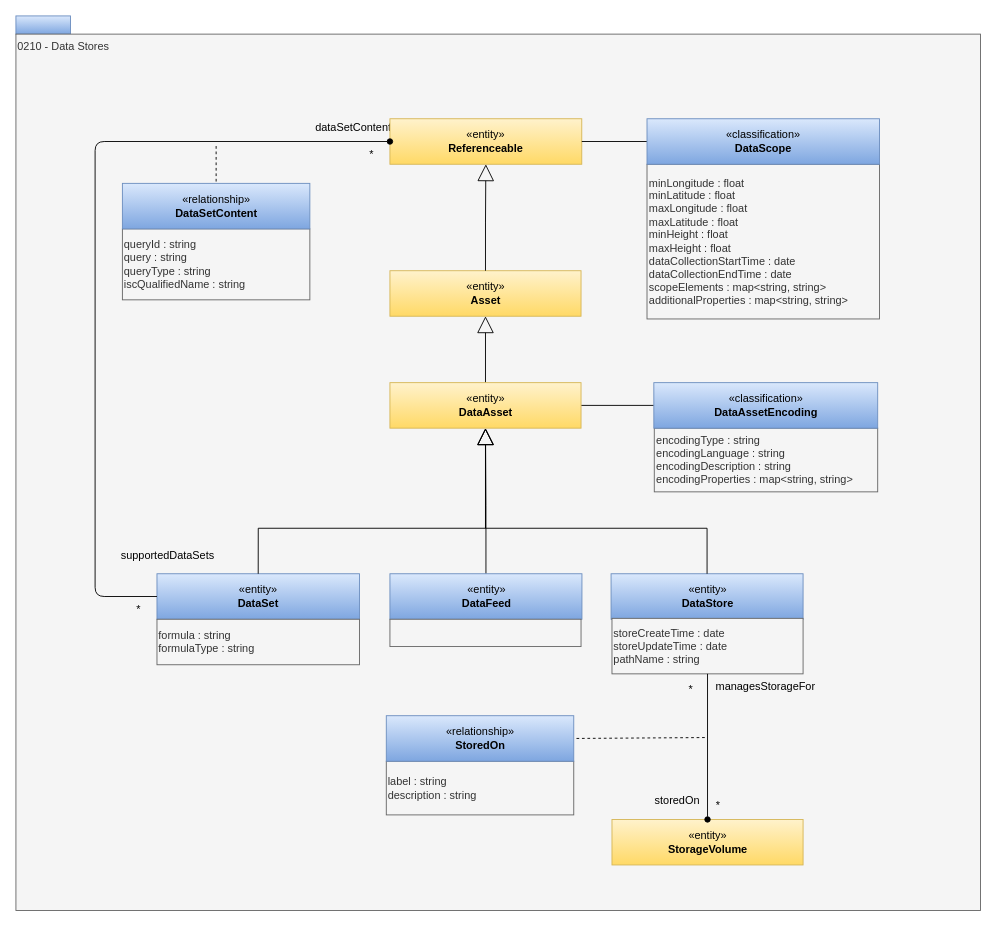
Before: page "0210-Data-Stores" (4 of 26) of site/docs/types/2/area-2-assets.drawio in odpi/egeria-docs, a draw.io diagram. Source tidied: cells renumbered, new cells numbered last; positions are measured from the earlier drawing's top-left corner, leaving out a move shared by most shapes. Both pictures are drawn from the tidied source at 91%, with x=0, y=0 at pixel (15, 15).
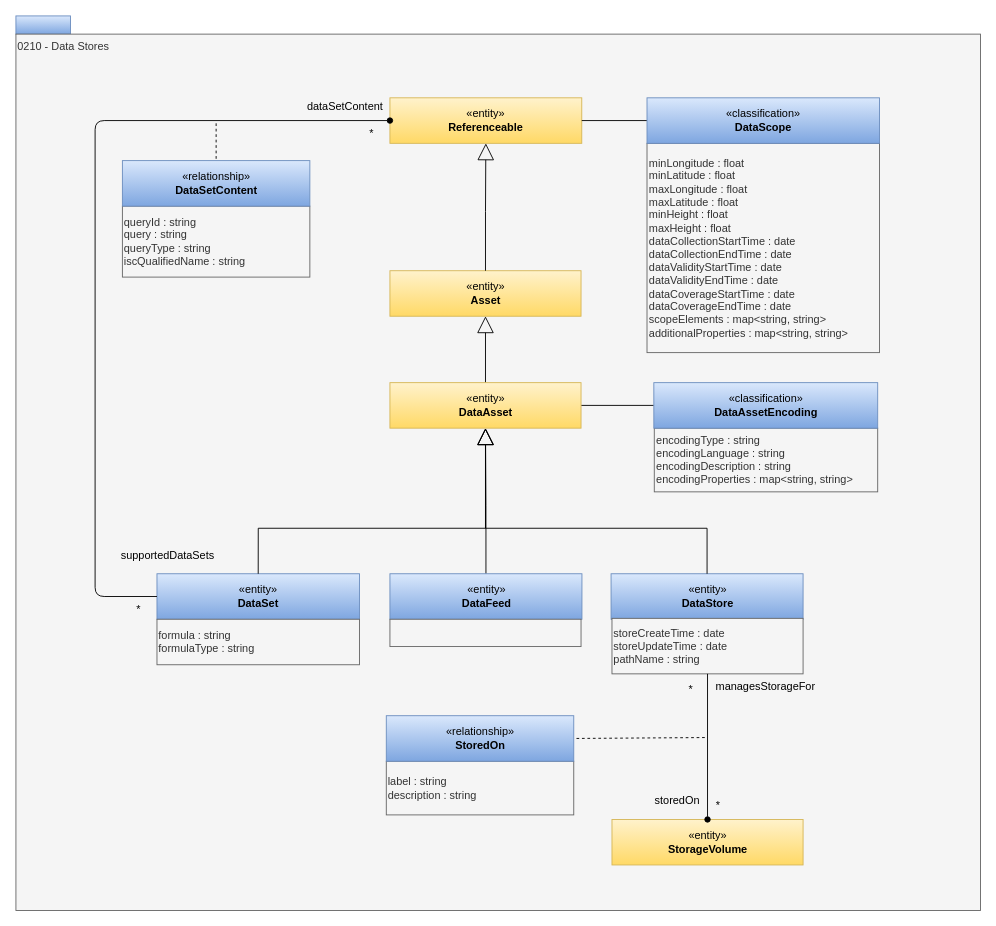
After the change.

Unchanged cells that the change refers to:
```xml
<mxCell id="23" value="«entity»&lt;br&gt;&lt;b&gt;DataSet&lt;/b&gt;" style="html=1;strokeColor=#6c8ebf;align=center;fillColor=#dae8fc;gradientColor=#7ea6e0;" parent="1" vertex="1">
  <mxGeometry x="155" y="613" width="222.5" height="50" as="geometry" />
</mxCell>
```

Change to the diagram source:
```diff
@@
     <mxCell id="8" value="*" style="text;html=1;strokeColor=none;fillColor=none;align=center;verticalAlign=middle;whiteSpace=wrap;rounded=0;" parent="1" vertex="1">
-      <mxGeometry x="371" y="143" width="40" height="20" as="geometry" />
+      <mxGeometry x="371" y="120" width="40" height="20" as="geometry" />
     </mxCell>
     <mxCell id="9" value="dataSetContent" style="text;html=1;strokeColor=none;fillColor=none;align=center;verticalAlign=middle;whiteSpace=wrap;rounded=0;" parent="1" vertex="1">
-      <mxGeometry x="331" y="113" width="80" height="20" as="geometry" />
+      <mxGeometry x="322" y="90" width="80" height="20" as="geometry" />
     </mxCell>
@@
     <mxCell id="12" style="endArrow=none;dashed=1;html=1;entryX=0.5;entryY=0;entryDx=0;entryDy=0;" parent="1" edge="1" target="14">
       <mxGeometry relative="1" as="geometry">
-        <mxPoint x="220" y="143" as="sourcePoint" />
+        <mxPoint x="220" y="118" as="sourcePoint" />
       </mxGeometry>
     </mxCell>
     <mxCell id="13" value="queryId : string&lt;br&gt;query : string&lt;div&gt;queryType : string&lt;/div&gt;&lt;div&gt;iscQualifiedName : string&lt;/div&gt;" style="rounded=0;whiteSpace=wrap;html=1;strokeColor=#666666;align=left;fillColor=#f5f5f5;fontColor=#333333;" parent="1" vertex="1">
-      <mxGeometry x="117" y="234" width="206" height="78" as="geometry" />
+      <mxGeometry x="117" y="209" width="206" height="78" as="geometry" />
     </mxCell>
     <mxCell id="14" value="«relationship»&lt;br&gt;&lt;b&gt;DataSetContent&lt;/b&gt;" style="html=1;strokeColor=#6c8ebf;align=center;fillColor=#dae8fc;gradientColor=#7ea6e0;" parent="1" vertex="1">
-      <mxGeometry x="117" y="184" width="206" height="50" as="geometry" />
+      <mxGeometry x="117" y="159" width="206" height="50" as="geometry" />
     </mxCell>
@@
     <mxCell id="18" value="«entity»&lt;br&gt;&lt;b&gt;Referenceable&lt;/b&gt;" style="html=1;strokeColor=#d6b656;align=center;fillColor=#fff2cc;gradientColor=#ffd966;" parent="1" vertex="1">
-      <mxGeometry x="411" y="113" width="210.8" height="50" as="geometry" />
+      <mxGeometry x="411" y="90" width="210.8" height="50" as="geometry" />
     </mxCell>
@@
-    <mxCell id="20" value="minLongitude : float&lt;br&gt;minLatitude : float&lt;br style=&quot;border-color: var(--border-color);&quot;&gt;maxLongitude : float&lt;br style=&quot;border-color: var(--border-color);&quot;&gt;maxLatitude : float&lt;br&gt;minHeight : float&lt;br&gt;maxHeight : float&lt;br&gt;dataCollectionStartTime : date&lt;br&gt;dataCollectionEndTime : date&lt;div&gt;scopeElements : map&amp;lt;string, string&amp;gt;&lt;/div&gt;&lt;div&gt;additionalProperties : map&amp;lt;string, string&amp;gt;&lt;/div&gt;" style="rounded=0;whiteSpace=wrap;html=1;strokeColor=#666666;align=left;fillColor=#f5f5f5;fontColor=#333333;" parent="1" vertex="1">
-      <mxGeometry x="693.5" y="163" width="255.5" height="170" as="geometry" />
+    <mxCell id="20" value="minLongitude : float&lt;br&gt;minLatitude : float&lt;br style=&quot;border-color: var(--border-color);&quot;&gt;maxLongitude : float&lt;br style=&quot;border-color: var(--border-color);&quot;&gt;maxLatitude : float&lt;br&gt;minHeight : float&lt;br&gt;maxHeight : float&lt;br&gt;dataCollectionStartTime : date&lt;br&gt;dataCollectionEndTime : date&lt;div&gt;&lt;div&gt;dataValidityStartTime : date&lt;br&gt;dataValidityEndTime : date&lt;/div&gt;&lt;div&gt;dataCoverageStartTime : date&lt;br&gt;dataCoverageEndTime : date&lt;/div&gt;&lt;div&gt;scopeElements : map&amp;lt;string, string&amp;gt;&lt;/div&gt;&lt;div&gt;additionalProperties : map&amp;lt;string, string&amp;gt;&lt;/div&gt;&lt;/div&gt;" style="rounded=0;whiteSpace=wrap;html=1;strokeColor=#666666;align=left;fillColor=#f5f5f5;fontColor=#333333;" parent="1" vertex="1">
+      <mxGeometry x="693.5" y="140" width="255.5" height="230" as="geometry" />
     </mxCell>
     <mxCell id="21" value="«classification»&lt;br&gt;&lt;b&gt;DataScope&lt;/b&gt;" style="html=1;strokeColor=#6c8ebf;align=center;fillColor=#dae8fc;gradientColor=#7ea6e0;" parent="1" vertex="1">
-      <mxGeometry x="693.5" y="113" width="255.5" height="50" as="geometry" />
+      <mxGeometry x="693.5" y="90" width="255.5" height="50" as="geometry" />
     </mxCell>
@@
     <mxCell id="31" style="endArrow=oval;html=1;entryX=0;entryY=0.5;startArrow=none;startFill=0;exitX=0;exitY=0.5;exitDx=0;exitDy=0;endFill=1;entryDx=0;entryDy=0;" parent="1" edge="1" source="23" target="18">
       <mxGeometry relative="1" as="geometry">
         <Array as="points">
           <mxPoint x="87" y="638" />
-          <mxPoint x="87" y="138" />
+          <mxPoint x="87" y="115" />
         </Array>
       </mxGeometry>
     </mxCell>
```
